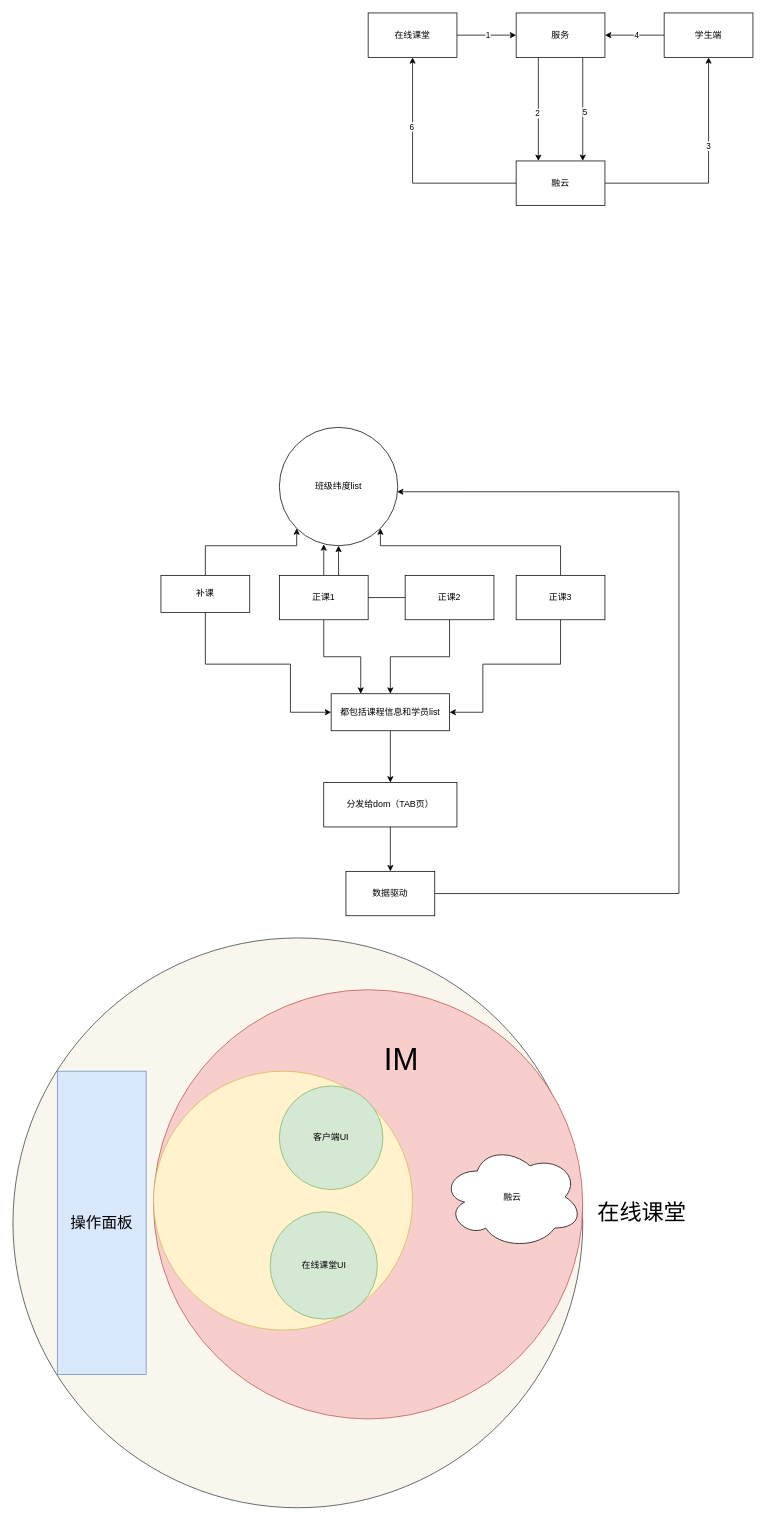
Earlier version of the draw.io diagram online-course.drawio (MutelyMilo/mind). Source tidied: cells renumbered, new cells numbered last; positions are measured from the earlier drawing's top-left corner, leaving out a move shared by most shapes. Both pictures are drawn from the tidied source at 74%, with x=0, y=0 at pixel (13, 13).
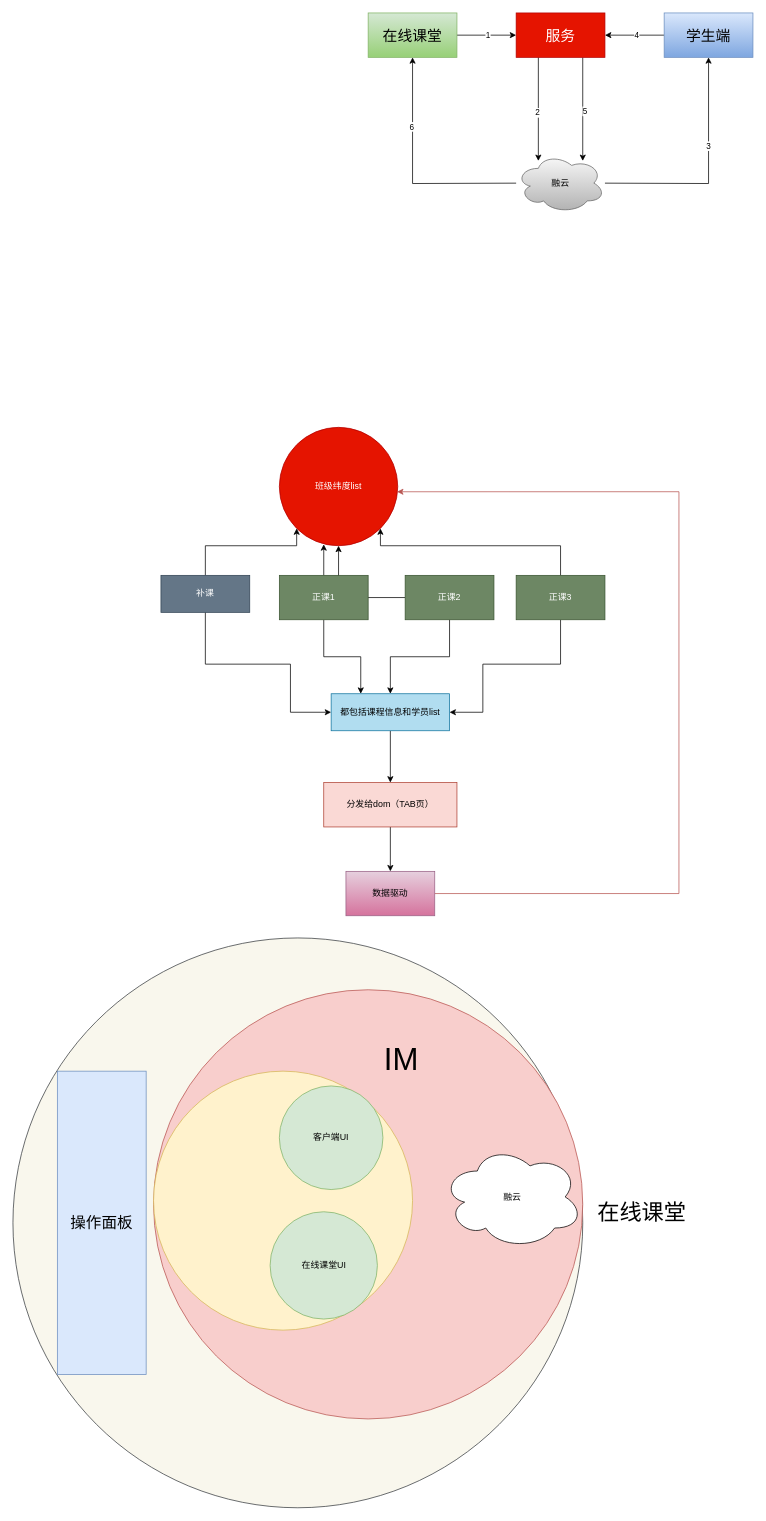
After the change.

What changed in the source:
```diff
@@
-    <mxCell id="4" value="在线课堂" style="rounded=0;whiteSpace=wrap;html=1;" parent="1" vertex="1">
+    <mxCell id="4" value="&lt;font style=&quot;font-size: 20px&quot;&gt;在线课堂&lt;/font&gt;" style="rounded=0;whiteSpace=wrap;html=1;gradientColor=#97d077;fillColor=#d5e8d4;strokeColor=#82b366;" parent="1" vertex="1">
       <mxGeometry x="480" width="120" height="60" as="geometry" />
     </mxCell>
-    <mxCell id="5" style="edgeStyle=orthogonalEdgeStyle;rounded=0;jettySize=auto;html=1;exitX=0.25;exitY=1;exitDx=0;exitDy=0;entryX=0.25;entryY=0;entryDx=0;entryDy=0;" parent="1" edge="1" source="9" target="17">
-      <mxGeometry relative="1" as="geometry" />
+    <mxCell id="5" style="edgeStyle=orthogonalEdgeStyle;rounded=0;jettySize=auto;html=1;exitX=0.25;exitY=1;exitDx=0;exitDy=0;entryX=0.25;entryY=0;entryDx=0;entryDy=0;" parent="1" edge="1" source="9">
+      <mxGeometry relative="1" as="geometry">
+        <mxPoint x="710" y="200" as="targetPoint" />
+      </mxGeometry>
     </mxCell>
@@
-    <mxCell id="7" style="edgeStyle=orthogonalEdgeStyle;rounded=0;jettySize=auto;html=1;exitX=0.75;exitY=1;exitDx=0;exitDy=0;entryX=0.75;entryY=0;entryDx=0;entryDy=0;" parent="1" edge="1" source="9" target="17">
-      <mxGeometry relative="1" as="geometry" />
+    <mxCell id="7" style="edgeStyle=orthogonalEdgeStyle;rounded=0;jettySize=auto;html=1;exitX=0.75;exitY=1;exitDx=0;exitDy=0;entryX=0.75;entryY=0;entryDx=0;entryDy=0;" parent="1" edge="1" source="9">
+      <mxGeometry relative="1" as="geometry">
+        <mxPoint x="770" y="200" as="targetPoint" />
+      </mxGeometry>
     </mxCell>
@@
-    <mxCell id="9" value="服务" style="rounded=0;whiteSpace=wrap;html=1;" parent="1" vertex="1">
+    <mxCell id="9" value="&lt;font style=&quot;font-size: 20px&quot;&gt;服务&lt;/font&gt;" style="rounded=0;whiteSpace=wrap;html=1;fillColor=#e51400;strokeColor=#B20000;fontColor=#ffffff;" parent="1" vertex="1">
       <mxGeometry x="680" width="120" height="60" as="geometry" />
     </mxCell>
@@
-    <mxCell id="12" value="学生端" style="rounded=0;whiteSpace=wrap;html=1;" parent="1" vertex="1">
+    <mxCell id="12" value="&lt;font style=&quot;font-size: 20px&quot;&gt;学生端&lt;/font&gt;" style="rounded=0;whiteSpace=wrap;html=1;gradientColor=#7ea6e0;fillColor=#dae8fc;strokeColor=#6c8ebf;" parent="1" vertex="1">
       <mxGeometry x="880" width="120" height="60" as="geometry" />
     </mxCell>
-    <mxCell id="13" style="edgeStyle=orthogonalEdgeStyle;rounded=0;jettySize=auto;html=1;entryX=0.5;entryY=1;entryDx=0;entryDy=0;" parent="1" edge="1" source="17" target="4">
-      <mxGeometry relative="1" as="geometry" />
+    <mxCell id="13" style="edgeStyle=orthogonalEdgeStyle;rounded=0;jettySize=auto;html=1;entryX=0.5;entryY=1;entryDx=0;entryDy=0;" parent="1" edge="1" target="4">
+      <mxGeometry relative="1" as="geometry">
+        <mxPoint x="680" y="230" as="sourcePoint" />
+      </mxGeometry>
     </mxCell>
@@
-    <mxCell id="15" style="edgeStyle=orthogonalEdgeStyle;rounded=0;jettySize=auto;html=1;entryX=0.5;entryY=1;entryDx=0;entryDy=0;" parent="1" edge="1" source="17" target="12">
-      <mxGeometry relative="1" as="geometry" />
+    <mxCell id="15" style="edgeStyle=orthogonalEdgeStyle;rounded=0;jettySize=auto;html=1;entryX=0.5;entryY=1;entryDx=0;entryDy=0;" parent="1" edge="1" target="12">
+      <mxGeometry relative="1" as="geometry">
+        <mxPoint x="800" y="230" as="sourcePoint" />
+      </mxGeometry>
     </mxCell>
@@
-    <mxCell id="17" value="融云" style="rounded=0;whiteSpace=wrap;html=1;" parent="1" vertex="1">
-      <mxGeometry x="680" y="200" width="120" height="60" as="geometry" />
-    </mxCell>
-    <mxCell id="18" value="班级纬度list" style="ellipse;whiteSpace=wrap;html=1;" parent="1" vertex="1">
+    <mxCell id="18" value="班级纬度list" style="ellipse;whiteSpace=wrap;html=1;fillColor=#e51400;strokeColor=#B20000;fontColor=#ffffff;" parent="1" vertex="1">
       <mxGeometry x="360" y="560" width="160" height="160" as="geometry" />
     </mxCell>
@@
-    <mxCell id="21" value="正课3" style="rounded=0;whiteSpace=wrap;html=1;" parent="1" vertex="1">
+    <mxCell id="21" value="正课3" style="rounded=0;whiteSpace=wrap;html=1;fillColor=#6d8764;strokeColor=#3A5431;fontColor=#ffffff;" parent="1" vertex="1">
       <mxGeometry x="680" y="760" width="120" height="60" as="geometry" />
     </mxCell>
@@
-    <mxCell id="24" value="正课2" style="rounded=0;whiteSpace=wrap;html=1;" parent="1" vertex="1">
+    <mxCell id="24" value="正课2" style="rounded=0;whiteSpace=wrap;html=1;fillColor=#6d8764;strokeColor=#3A5431;fontColor=#ffffff;" parent="1" vertex="1">
       <mxGeometry x="530" y="760" width="120" height="60" as="geometry" />
     </mxCell>
@@
-    <mxCell id="27" value="正课1" style="rounded=0;whiteSpace=wrap;html=1;" parent="1" vertex="1">
+    <mxCell id="27" value="正课1" style="rounded=0;whiteSpace=wrap;html=1;fillColor=#6d8764;strokeColor=#3A5431;fontColor=#ffffff;" parent="1" vertex="1">
       <mxGeometry x="360" y="760" width="120" height="60" as="geometry" />
     </mxCell>
@@
-    <mxCell id="30" value="补课" style="rounded=0;whiteSpace=wrap;html=1;" parent="1" vertex="1">
+    <mxCell id="30" value="补课" style="rounded=0;whiteSpace=wrap;html=1;fillColor=#647687;strokeColor=#314354;fontColor=#ffffff;" parent="1" vertex="1">
       <mxGeometry x="200" y="760" width="120" height="50" as="geometry" />
     </mxCell>
@@
-    <mxCell id="32" value="都包括课程信息和学员list" style="rounded=0;whiteSpace=wrap;html=1;" parent="1" vertex="1">
+    <mxCell id="32" value="都包括课程信息和学员list" style="rounded=0;whiteSpace=wrap;html=1;fillColor=#b1ddf0;strokeColor=#10739e;" parent="1" vertex="1">
       <mxGeometry x="430" y="920" width="160" height="50" as="geometry" />
     </mxCell>
@@
-    <mxCell id="34" value="分发给dom（TAB页）" style="rounded=0;whiteSpace=wrap;html=1;" parent="1" vertex="1">
+    <mxCell id="34" value="分发给dom（TAB页）" style="rounded=0;whiteSpace=wrap;html=1;fillColor=#fad9d5;strokeColor=#ae4132;" parent="1" vertex="1">
       <mxGeometry x="420" y="1040" width="180" height="60" as="geometry" />
     </mxCell>
-    <mxCell id="35" style="edgeStyle=orthogonalEdgeStyle;rounded=0;jettySize=auto;html=1;entryX=0.994;entryY=0.544;entryDx=0;entryDy=0;entryPerimeter=0;" parent="1" edge="1" source="36" target="18">
+    <mxCell id="35" style="edgeStyle=orthogonalEdgeStyle;rounded=0;jettySize=auto;html=1;entryX=0.994;entryY=0.544;entryDx=0;entryDy=0;entryPerimeter=0;gradientColor=#ea6b66;fillColor=#f8cecc;strokeColor=#b85450;" parent="1" edge="1" source="36" target="18">
       <mxGeometry relative="1" as="geometry">
         <Array as="points">
           <mxPoint x="900" y="1190" />
           <mxPoint x="900" y="647" />
         </Array>
       </mxGeometry>
     </mxCell>
-    <mxCell id="36" value="数据驱动" style="rounded=0;whiteSpace=wrap;html=1;" parent="1" vertex="1">
+    <mxCell id="36" value="数据驱动" style="rounded=0;whiteSpace=wrap;html=1;gradientColor=#d5739d;fillColor=#e6d0de;strokeColor=#996185;" parent="1" vertex="1">
       <mxGeometry x="450" y="1160" width="120" height="60" as="geometry" />
     </mxCell>
@@
+    <mxCell id="17" value="融云" style="ellipse;shape=cloud;whiteSpace=wrap;html=1;gradientColor=#b3b3b3;fillColor=#f5f5f5;strokeColor=#666666;" parent="1" vertex="1">
+      <mxGeometry x="680" y="190" width="120" height="80" as="geometry" />
+    </mxCell>
```
